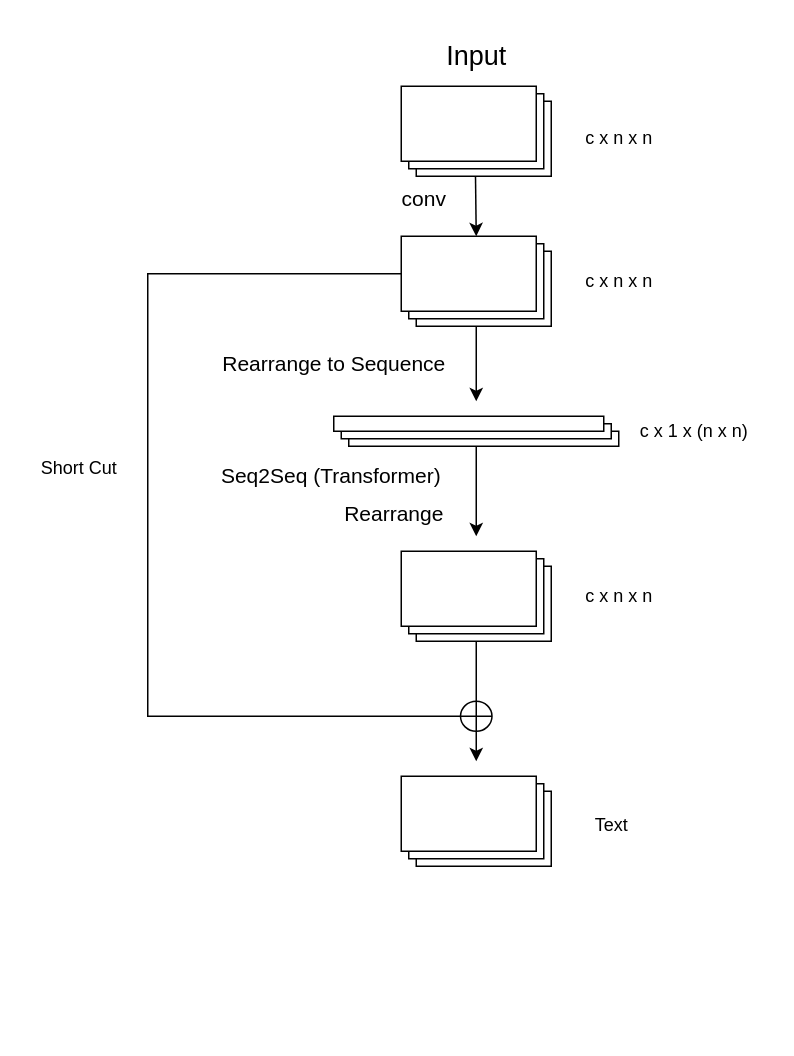
This is create.drawio from ZhangShuui/ForDrawIo, a draw.io file, before an edit. Source tidied: cells renumbered, new cells numbered last; positions are measured from the earlier drawing's top-left corner, leaving out a move shared by most shapes. Both pictures are drawn from the tidied source at 150%, with x=0, y=0 at pixel (26, 26).
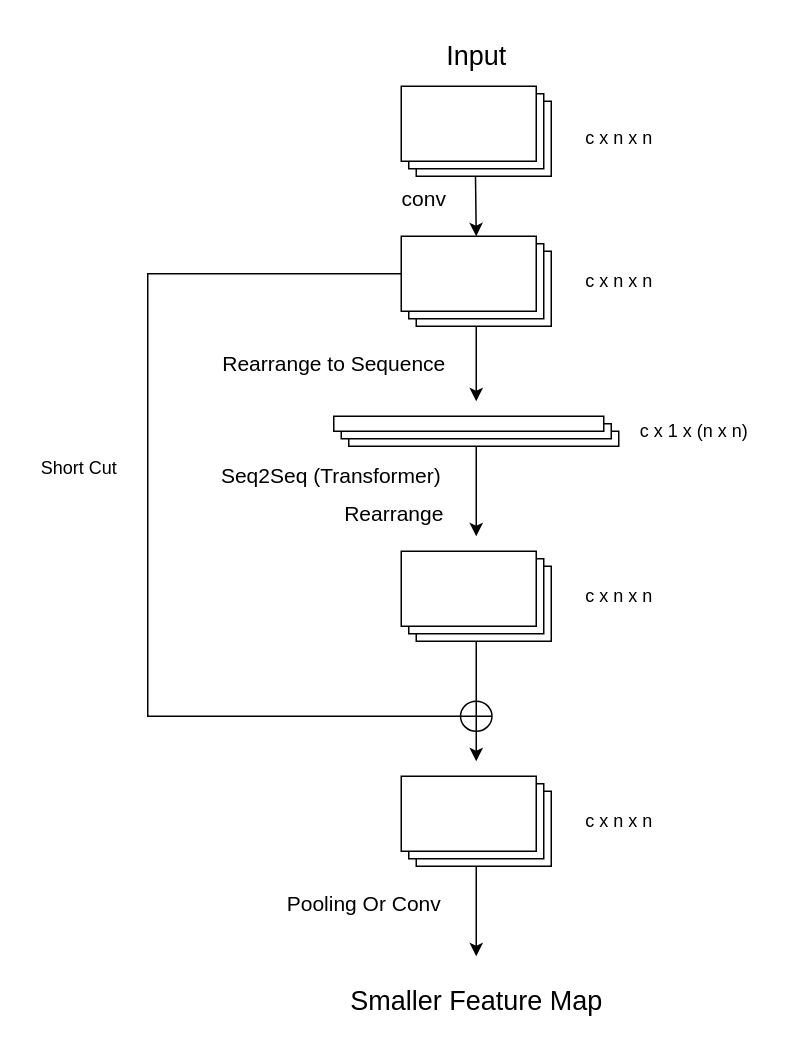
The same diagram, later.

Unchanged cells that the change refers to:
```xml
<mxCell id="23" style="verticalLabelPosition=bottom;verticalAlign=top;html=1;shape=mxgraph.basic.layered_rect;dx=10;outlineConnect=0;whiteSpace=wrap;" parent="1" vertex="1">
  <mxGeometry x="250" y="500" width="100" height="60" as="geometry" />
</mxCell>
```

Diff of the diagram source:
```diff
@@
-    <mxCell id="24" value="Text" style="text;html=1;align=center;verticalAlign=middle;strokeColor=none;fillColor=none;" parent="1" vertex="1">
-      <mxGeometry x="365" y="518" width="50" height="30" as="geometry" />
+    <mxCell id="24" value="c x n x n" style="text;html=1;align=center;verticalAlign=middle;strokeColor=none;fillColor=none;" parent="1" vertex="1">
+      <mxGeometry x="360" y="515" width="70" height="30" as="geometry" />
     </mxCell>
+    <mxCell id="25" style="endArrow=classic;html=1;rounded=0;" parent="1" edge="1" source="23">
+      <mxGeometry relative="1" as="geometry">
+        <mxPoint x="300" y="620" as="targetPoint" />
+      </mxGeometry>
+    </mxCell>
+    <mxCell id="26" value="&lt;font style=&quot;font-size: 14px;&quot;&gt;Pooling Or Conv&lt;/font&gt;" style="text;html=1;align=center;verticalAlign=middle;strokeColor=none;fillColor=none;" parent="1" vertex="1">
+      <mxGeometry x="159.5" y="570" width="130" height="30" as="geometry" />
+    </mxCell>
+    <mxCell id="27" value="&lt;font style=&quot;font-size: 18px;&quot;&gt;Smaller Feature Map&lt;/font&gt;" style="text;html=1;align=center;verticalAlign=middle;strokeColor=none;fillColor=none;" parent="1" vertex="1">
+      <mxGeometry x="205" y="630" width="190" height="40" as="geometry" />
+    </mxCell>
```
